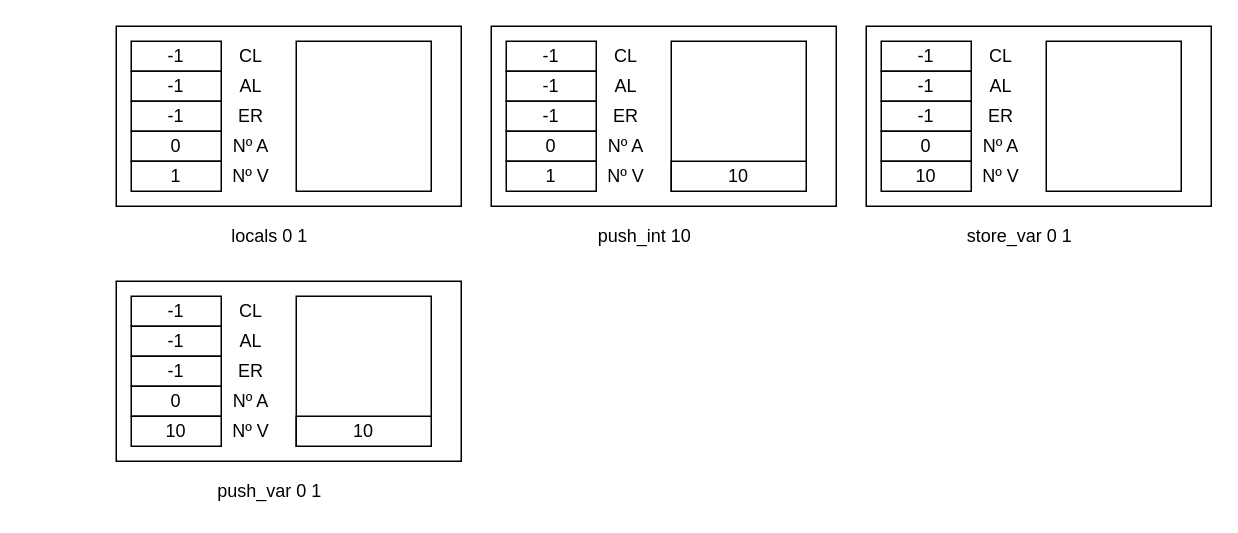
Before: diagramas/factorial_rec.drawio in Tiago-Matinho/LP, a draw.io diagram. Source tidied: cells renumbered, new cells numbered last; positions are measured from the earlier drawing's top-left corner, leaving out a move shared by most shapes. Both pictures are drawn from the tidied source at 150%, with x=0, y=0 at pixel (116, 26).
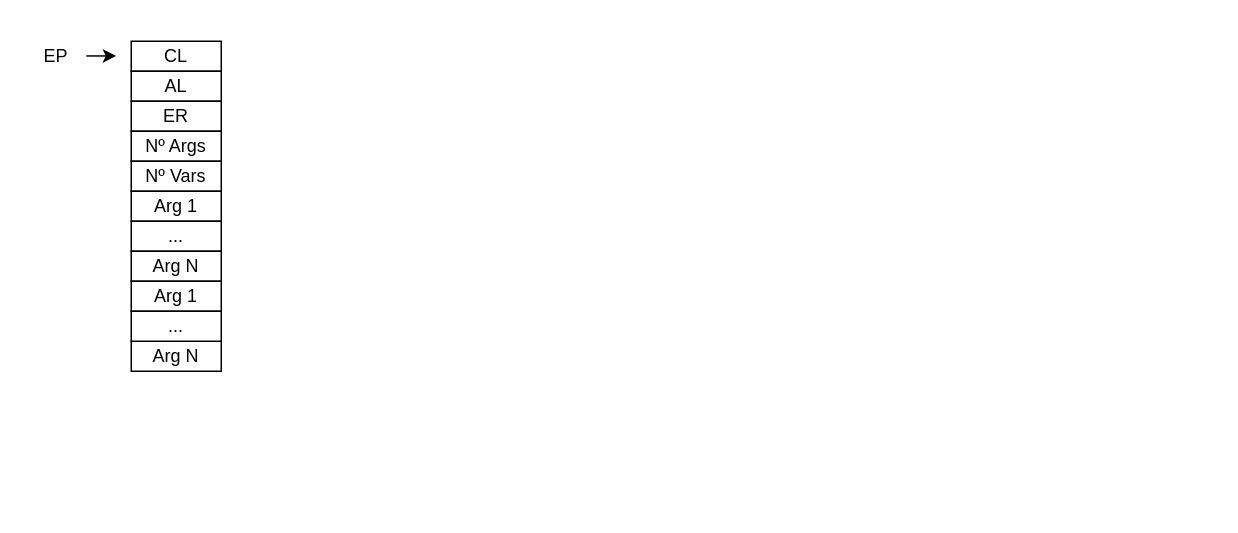
After the change.

The edit, as a diff of the source:
```diff
@@
-    <mxCell id="2" style="rounded=0;whiteSpace=wrap;html=1;" parent="1" vertex="1">
-      <mxGeometry width="230" height="120" as="geometry" />
-    </mxCell>
-    <mxCell id="3" value="-1" style="rounded=0;whiteSpace=wrap;html=1;" parent="1" vertex="1">
+    <mxCell id="3" value="CL" style="rounded=0;whiteSpace=wrap;html=1;" parent="1" vertex="1">
       <mxGeometry x="10" y="10" width="60" height="20" as="geometry" />
     </mxCell>
-    <mxCell id="4" value="-1" style="rounded=0;whiteSpace=wrap;html=1;" parent="1" vertex="1">
+    <mxCell id="4" value="AL" style="rounded=0;whiteSpace=wrap;html=1;" parent="1" vertex="1">
       <mxGeometry x="10" y="30" width="60" height="20" as="geometry" />
     </mxCell>
-    <mxCell id="5" value="-1" style="rounded=0;whiteSpace=wrap;html=1;" parent="1" vertex="1">
+    <mxCell id="5" value="ER" style="rounded=0;whiteSpace=wrap;html=1;" parent="1" vertex="1">
       <mxGeometry x="10" y="50" width="60" height="20" as="geometry" />
     </mxCell>
-    <mxCell id="6" value="0" style="rounded=0;whiteSpace=wrap;html=1;" parent="1" vertex="1">
+    <mxCell id="6" value="Nº Args" style="rounded=0;whiteSpace=wrap;html=1;" parent="1" vertex="1">
       <mxGeometry x="10" y="70" width="60" height="20" as="geometry" />
     </mxCell>
-    <mxCell id="7" value="1" style="rounded=0;whiteSpace=wrap;html=1;" parent="1" vertex="1">
+    <mxCell id="7" value="Nº Vars" style="rounded=0;whiteSpace=wrap;html=1;" parent="1" vertex="1">
       <mxGeometry x="10" y="90" width="60" height="20" as="geometry" />
     </mxCell>
-    <mxCell id="8" value="CL" style="text;html=1;strokeColor=none;fillColor=none;align=center;verticalAlign=middle;whiteSpace=wrap;rounded=0;" parent="1" vertex="1">
-      <mxGeometry x="70" y="10" width="40" height="20" as="geometry" />
-    </mxCell>
-    <mxCell id="9" value="AL" style="text;html=1;strokeColor=none;fillColor=none;align=center;verticalAlign=middle;whiteSpace=wrap;rounded=0;" parent="1" vertex="1">
-      <mxGeometry x="70" y="30" width="40" height="20" as="geometry" />
-    </mxCell>
-    <mxCell id="10" value="ER" style="text;html=1;strokeColor=none;fillColor=none;align=center;verticalAlign=middle;whiteSpace=wrap;rounded=0;" parent="1" vertex="1">
-      <mxGeometry x="70" y="50" width="40" height="20" as="geometry" />
-    </mxCell>
-    <mxCell id="11" value="Nº A" style="text;html=1;strokeColor=none;fillColor=none;align=center;verticalAlign=middle;whiteSpace=wrap;rounded=0;" parent="1" vertex="1">
-      <mxGeometry x="70" y="70" width="40" height="20" as="geometry" />
-    </mxCell>
-    <mxCell id="12" value="Nº V" style="text;html=1;strokeColor=none;fillColor=none;align=center;verticalAlign=middle;whiteSpace=wrap;rounded=0;" parent="1" vertex="1">
-      <mxGeometry x="70" y="90" width="40" height="20" as="geometry" />
-    </mxCell>
-    <mxCell id="13" value="locals 0 1" style="text;html=1;strokeColor=none;fillColor=none;align=center;verticalAlign=middle;whiteSpace=wrap;rounded=0;" parent="1" vertex="1">
-      <mxGeometry x="60" y="130" width="85" height="20" as="geometry" />
-    </mxCell>
-    <mxCell id="14" style="rounded=0;whiteSpace=wrap;html=1;" parent="1" vertex="1">
-      <mxGeometry x="120" y="10" width="90" height="100" as="geometry" />
-    </mxCell>
-    <mxCell id="15" style="rounded=0;whiteSpace=wrap;html=1;" parent="1" vertex="1">
-      <mxGeometry x="250" width="230" height="120" as="geometry" />
-    </mxCell>
-    <mxCell id="16" value="-1" style="rounded=0;whiteSpace=wrap;html=1;" parent="1" vertex="1">
-      <mxGeometry x="260" y="10" width="60" height="20" as="geometry" />
-    </mxCell>
-    <mxCell id="17" value="-1" style="rounded=0;whiteSpace=wrap;html=1;" parent="1" vertex="1">
-      <mxGeometry x="260" y="30" width="60" height="20" as="geometry" />
-    </mxCell>
-    <mxCell id="18" value="-1" style="rounded=0;whiteSpace=wrap;html=1;" parent="1" vertex="1">
-      <mxGeometry x="260" y="50" width="60" height="20" as="geometry" />
-    </mxCell>
-    <mxCell id="19" value="0" style="rounded=0;whiteSpace=wrap;html=1;" parent="1" vertex="1">
-      <mxGeometry x="260" y="70" width="60" height="20" as="geometry" />
-    </mxCell>
-    <mxCell id="20" value="1" style="rounded=0;whiteSpace=wrap;html=1;" parent="1" vertex="1">
-      <mxGeometry x="260" y="90" width="60" height="20" as="geometry" />
-    </mxCell>
-    <mxCell id="21" value="CL" style="text;html=1;strokeColor=none;fillColor=none;align=center;verticalAlign=middle;whiteSpace=wrap;rounded=0;" parent="1" vertex="1">
-      <mxGeometry x="320" y="10" width="40" height="20" as="geometry" />
-    </mxCell>
-    <mxCell id="22" value="AL" style="text;html=1;strokeColor=none;fillColor=none;align=center;verticalAlign=middle;whiteSpace=wrap;rounded=0;" parent="1" vertex="1">
-      <mxGeometry x="320" y="30" width="40" height="20" as="geometry" />
-    </mxCell>
-    <mxCell id="23" value="ER" style="text;html=1;strokeColor=none;fillColor=none;align=center;verticalAlign=middle;whiteSpace=wrap;rounded=0;" parent="1" vertex="1">
-      <mxGeometry x="320" y="50" width="40" height="20" as="geometry" />
-    </mxCell>
-    <mxCell id="24" value="Nº A" style="text;html=1;strokeColor=none;fillColor=none;align=center;verticalAlign=middle;whiteSpace=wrap;rounded=0;" parent="1" vertex="1">
-      <mxGeometry x="320" y="70" width="40" height="20" as="geometry" />
-    </mxCell>
-    <mxCell id="25" value="Nº V" style="text;html=1;strokeColor=none;fillColor=none;align=center;verticalAlign=middle;whiteSpace=wrap;rounded=0;" parent="1" vertex="1">
-      <mxGeometry x="320" y="90" width="40" height="20" as="geometry" />
-    </mxCell>
-    <mxCell id="26" value="push_int 10" style="text;html=1;strokeColor=none;fillColor=none;align=center;verticalAlign=middle;whiteSpace=wrap;rounded=0;" parent="1" vertex="1">
-      <mxGeometry x="310" y="130" width="85" height="20" as="geometry" />
-    </mxCell>
-    <mxCell id="27" style="rounded=0;whiteSpace=wrap;html=1;" parent="1" vertex="1">
-      <mxGeometry x="370" y="10" width="90" height="100" as="geometry" />
-    </mxCell>
-    <mxCell id="28" value="10" style="rounded=0;whiteSpace=wrap;html=1;" parent="1" vertex="1">
-      <mxGeometry x="370" y="90" width="90" height="20" as="geometry" />
-    </mxCell>
-    <mxCell id="29" style="rounded=0;whiteSpace=wrap;html=1;" parent="1" vertex="1">
-      <mxGeometry x="500" width="230" height="120" as="geometry" />
-    </mxCell>
-    <mxCell id="30" value="-1" style="rounded=0;whiteSpace=wrap;html=1;" parent="1" vertex="1">
-      <mxGeometry x="510" y="10" width="60" height="20" as="geometry" />
-    </mxCell>
-    <mxCell id="31" value="-1" style="rounded=0;whiteSpace=wrap;html=1;" parent="1" vertex="1">
-      <mxGeometry x="510" y="30" width="60" height="20" as="geometry" />
-    </mxCell>
-    <mxCell id="32" value="-1" style="rounded=0;whiteSpace=wrap;html=1;" parent="1" vertex="1">
-      <mxGeometry x="510" y="50" width="60" height="20" as="geometry" />
-    </mxCell>
-    <mxCell id="33" value="0" style="rounded=0;whiteSpace=wrap;html=1;" parent="1" vertex="1">
-      <mxGeometry x="510" y="70" width="60" height="20" as="geometry" />
-    </mxCell>
-    <mxCell id="34" value="10" style="rounded=0;whiteSpace=wrap;html=1;" parent="1" vertex="1">
-      <mxGeometry x="510" y="90" width="60" height="20" as="geometry" />
-    </mxCell>
-    <mxCell id="35" value="CL" style="text;html=1;strokeColor=none;fillColor=none;align=center;verticalAlign=middle;whiteSpace=wrap;rounded=0;" parent="1" vertex="1">
-      <mxGeometry x="570" y="10" width="40" height="20" as="geometry" />
-    </mxCell>
-    <mxCell id="36" value="AL" style="text;html=1;strokeColor=none;fillColor=none;align=center;verticalAlign=middle;whiteSpace=wrap;rounded=0;" parent="1" vertex="1">
-      <mxGeometry x="570" y="30" width="40" height="20" as="geometry" />
-    </mxCell>
-    <mxCell id="37" value="ER" style="text;html=1;strokeColor=none;fillColor=none;align=center;verticalAlign=middle;whiteSpace=wrap;rounded=0;" parent="1" vertex="1">
-      <mxGeometry x="570" y="50" width="40" height="20" as="geometry" />
-    </mxCell>
-    <mxCell id="38" value="Nº A" style="text;html=1;strokeColor=none;fillColor=none;align=center;verticalAlign=middle;whiteSpace=wrap;rounded=0;" parent="1" vertex="1">
-      <mxGeometry x="570" y="70" width="40" height="20" as="geometry" />
-    </mxCell>
-    <mxCell id="39" value="Nº V" style="text;html=1;strokeColor=none;fillColor=none;align=center;verticalAlign=middle;whiteSpace=wrap;rounded=0;" parent="1" vertex="1">
-      <mxGeometry x="570" y="90" width="40" height="20" as="geometry" />
-    </mxCell>
-    <mxCell id="40" value="store_var 0 1" style="text;html=1;strokeColor=none;fillColor=none;align=center;verticalAlign=middle;whiteSpace=wrap;rounded=0;" parent="1" vertex="1">
-      <mxGeometry x="560" y="130" width="85" height="20" as="geometry" />
-    </mxCell>
-    <mxCell id="41" style="rounded=0;whiteSpace=wrap;html=1;" parent="1" vertex="1">
-      <mxGeometry x="620" y="10" width="90" height="100" as="geometry" />
-    </mxCell>
-    <mxCell id="42" style="rounded=0;whiteSpace=wrap;html=1;" parent="1" vertex="1">
-      <mxGeometry y="170" width="230" height="120" as="geometry" />
-    </mxCell>
-    <mxCell id="43" value="-1" style="rounded=0;whiteSpace=wrap;html=1;" parent="1" vertex="1">
-      <mxGeometry x="10" y="180" width="60" height="20" as="geometry" />
-    </mxCell>
-    <mxCell id="44" value="-1" style="rounded=0;whiteSpace=wrap;html=1;" parent="1" vertex="1">
-      <mxGeometry x="10" y="200" width="60" height="20" as="geometry" />
-    </mxCell>
-    <mxCell id="45" value="-1" style="rounded=0;whiteSpace=wrap;html=1;" parent="1" vertex="1">
-      <mxGeometry x="10" y="220" width="60" height="20" as="geometry" />
-    </mxCell>
-    <mxCell id="46" value="0" style="rounded=0;whiteSpace=wrap;html=1;" parent="1" vertex="1">
-      <mxGeometry x="10" y="240" width="60" height="20" as="geometry" />
-    </mxCell>
-    <mxCell id="47" value="10" style="rounded=0;whiteSpace=wrap;html=1;" parent="1" vertex="1">
-      <mxGeometry x="10" y="260" width="60" height="20" as="geometry" />
-    </mxCell>
-    <mxCell id="48" value="CL" style="text;html=1;strokeColor=none;fillColor=none;align=center;verticalAlign=middle;whiteSpace=wrap;rounded=0;" parent="1" vertex="1">
-      <mxGeometry x="70" y="180" width="40" height="20" as="geometry" />
-    </mxCell>
-    <mxCell id="49" value="AL" style="text;html=1;strokeColor=none;fillColor=none;align=center;verticalAlign=middle;whiteSpace=wrap;rounded=0;" parent="1" vertex="1">
-      <mxGeometry x="70" y="200" width="40" height="20" as="geometry" />
-    </mxCell>
-    <mxCell id="50" value="ER" style="text;html=1;strokeColor=none;fillColor=none;align=center;verticalAlign=middle;whiteSpace=wrap;rounded=0;" parent="1" vertex="1">
-      <mxGeometry x="70" y="220" width="40" height="20" as="geometry" />
-    </mxCell>
-    <mxCell id="51" value="Nº A" style="text;html=1;strokeColor=none;fillColor=none;align=center;verticalAlign=middle;whiteSpace=wrap;rounded=0;" parent="1" vertex="1">
-      <mxGeometry x="70" y="240" width="40" height="20" as="geometry" />
-    </mxCell>
-    <mxCell id="52" value="Nº V" style="text;html=1;strokeColor=none;fillColor=none;align=center;verticalAlign=middle;whiteSpace=wrap;rounded=0;" parent="1" vertex="1">
-      <mxGeometry x="70" y="260" width="40" height="20" as="geometry" />
-    </mxCell>
-    <mxCell id="53" value="push_var 0 1" style="text;html=1;strokeColor=none;fillColor=none;align=center;verticalAlign=middle;whiteSpace=wrap;rounded=0;" parent="1" vertex="1">
-      <mxGeometry x="60" y="300" width="85" height="20" as="geometry" />
-    </mxCell>
-    <mxCell id="54" style="rounded=0;whiteSpace=wrap;html=1;" parent="1" vertex="1">
-      <mxGeometry x="120" y="180" width="90" height="100" as="geometry" />
-    </mxCell>
-    <mxCell id="55" value="10" style="rounded=0;whiteSpace=wrap;html=1;" parent="1" vertex="1">
-      <mxGeometry x="120" y="260" width="90" height="20" as="geometry" />
-    </mxCell>
+    <mxCell id="56" value="Arg 1" style="rounded=0;whiteSpace=wrap;html=1;" parent="1" vertex="1">
+      <mxGeometry x="10" y="110" width="60" height="20" as="geometry" />
+    </mxCell>
+    <mxCell id="57" value="..." style="rounded=0;whiteSpace=wrap;html=1;" parent="1" vertex="1">
+      <mxGeometry x="10" y="130" width="60" height="20" as="geometry" />
+    </mxCell>
+    <mxCell id="58" value="Arg N" style="rounded=0;whiteSpace=wrap;html=1;" parent="1" vertex="1">
+      <mxGeometry x="10" y="150" width="60" height="20" as="geometry" />
+    </mxCell>
+    <mxCell id="59" value="Arg 1" style="rounded=0;whiteSpace=wrap;html=1;" parent="1" vertex="1">
+      <mxGeometry x="10" y="170" width="60" height="20" as="geometry" />
+    </mxCell>
+    <mxCell id="60" value="Arg N" style="rounded=0;whiteSpace=wrap;html=1;" parent="1" vertex="1">
+      <mxGeometry x="10" y="210" width="60" height="20" as="geometry" />
+    </mxCell>
+    <mxCell id="61" value="..." style="rounded=0;whiteSpace=wrap;html=1;" parent="1" vertex="1">
+      <mxGeometry x="10" y="190" width="60" height="20" as="geometry" />
+    </mxCell>
+    <mxCell id="62" value="EP" style="text;html=1;strokeColor=none;fillColor=none;align=center;verticalAlign=middle;whiteSpace=wrap;rounded=0;" parent="1" vertex="1">
+      <mxGeometry x="-60" y="10" width="40" height="20" as="geometry" />
+    </mxCell>
+    <mxCell id="63" style="endArrow=classic;html=1;" parent="1" edge="1">
+      <mxGeometry relative="1" as="geometry">
+        <mxPoint x="-20" y="19.8" as="sourcePoint" />
+        <mxPoint y="19.8" as="targetPoint" />
+      </mxGeometry>
+    </mxCell>
```
